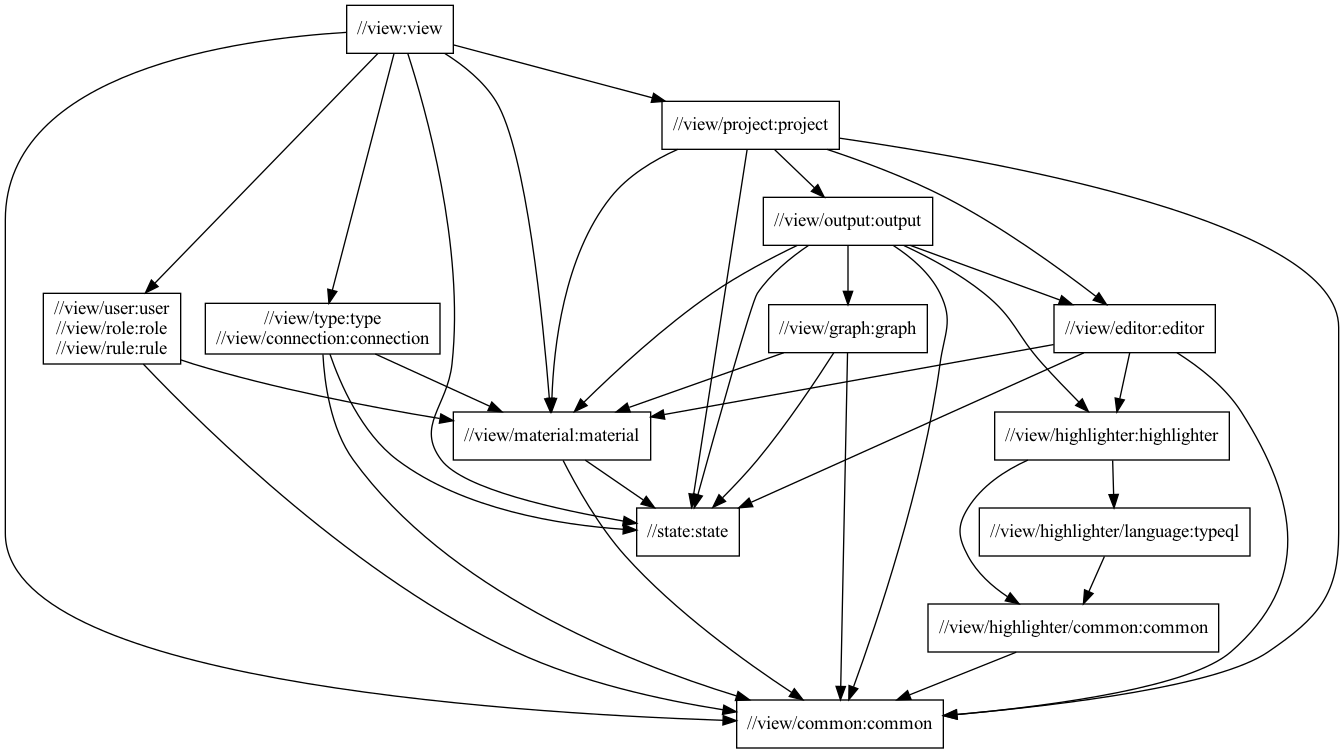
This is docs/view-package-structure.png from typedb/typedb-studio, a Graphviz export, as it was before one commit. Its source is kept beside it as docs/view-package-structure.dot.
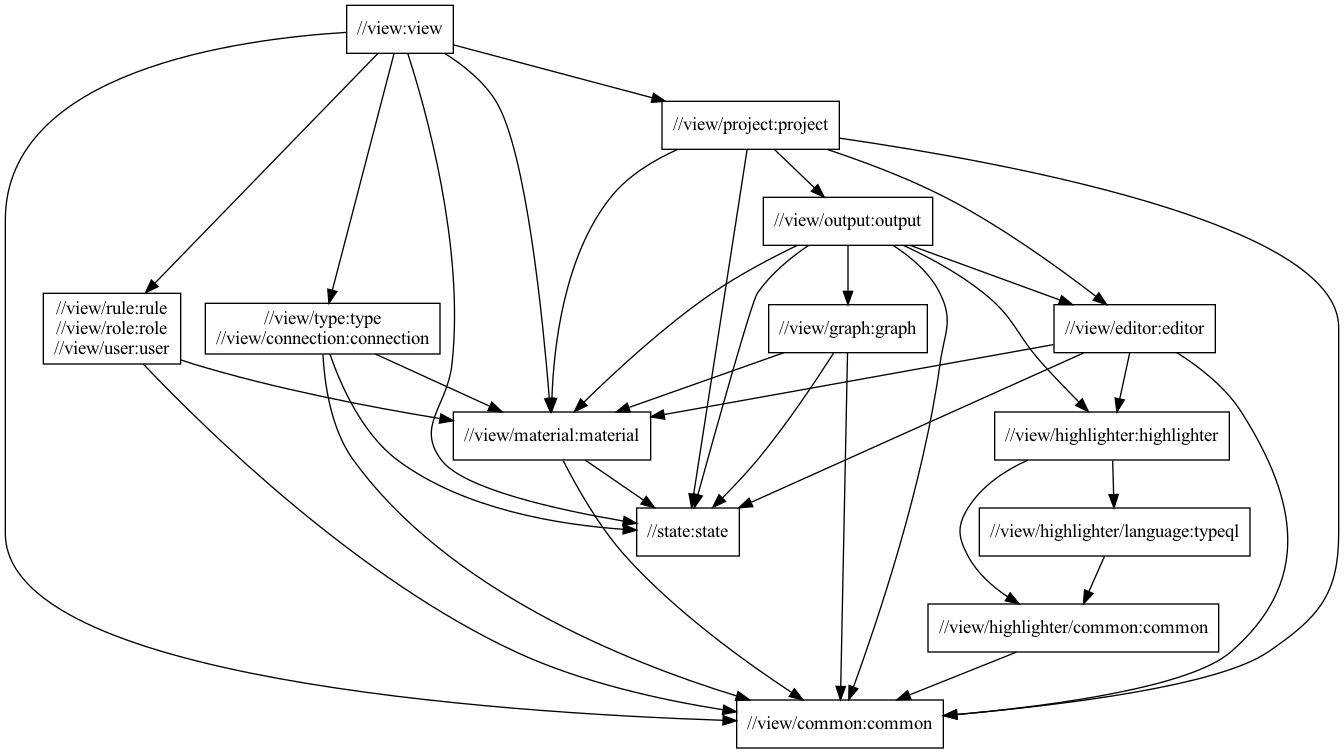
The same diagram one commit later.

The edit, as a diff of the source:
```diff
@@ -5,8 +5,11 @@
   "//view:view" -> "//view/type:type\n//view/connection:connection"
   "//view:view" -> "//view/material:material"
   "//view:view" -> "//view/project:project"
-  "//view:view" -> "//view/user:user\n//view/role:role\n//view/rule:rule"
+  "//view:view" -> "//view/rule:rule\n//view/role:role\n//view/user:user"
   "//view:view" -> "//state:state"
+  "//view/rule:rule\n//view/role:role\n//view/user:user"
+  "//view/rule:rule\n//view/role:role\n//view/user:user" -> "//view/common:common"
+  "//view/rule:rule\n//view/role:role\n//view/user:user" -> "//view/material:material"
   "//view/project:project"
   "//view/project:project" -> "//view/common:common"
   "//view/project:project" -> "//view/editor:editor"
@@ -24,9 +27,6 @@
   "//view/graph:graph" -> "//view/common:common"
   "//view/graph:graph" -> "//view/material:material"
   "//view/graph:graph" -> "//state:state"
-  "//view/user:user\n//view/role:role\n//view/rule:rule"
-  "//view/user:user\n//view/role:role\n//view/rule:rule" -> "//view/common:common"
-  "//view/user:user\n//view/role:role\n//view/rule:rule" -> "//view/material:material"
   "//view/editor:editor"
   "//view/editor:editor" -> "//view/common:common"
   "//view/editor:editor" -> "//view/highlighter:highlighter"
```
